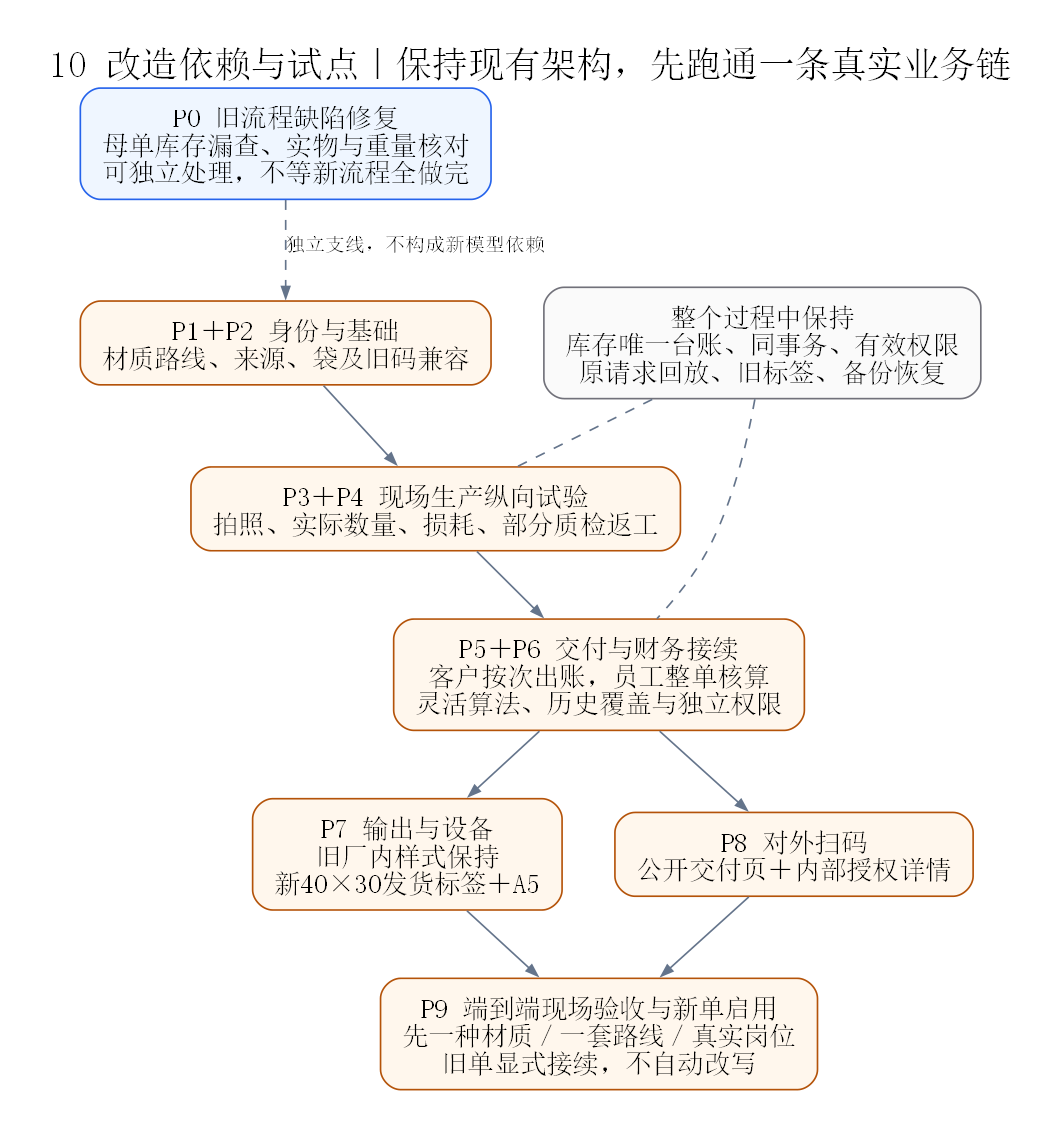
sxliuchen-hash/zhubao-ERP keeps this Graphviz diagram as docs/diagrams/system-review/10-implementation-roadmap.png. Above is the earlier version. Its source is kept beside it as docs/diagrams/system-review/10-implementation-roadmap.dot.
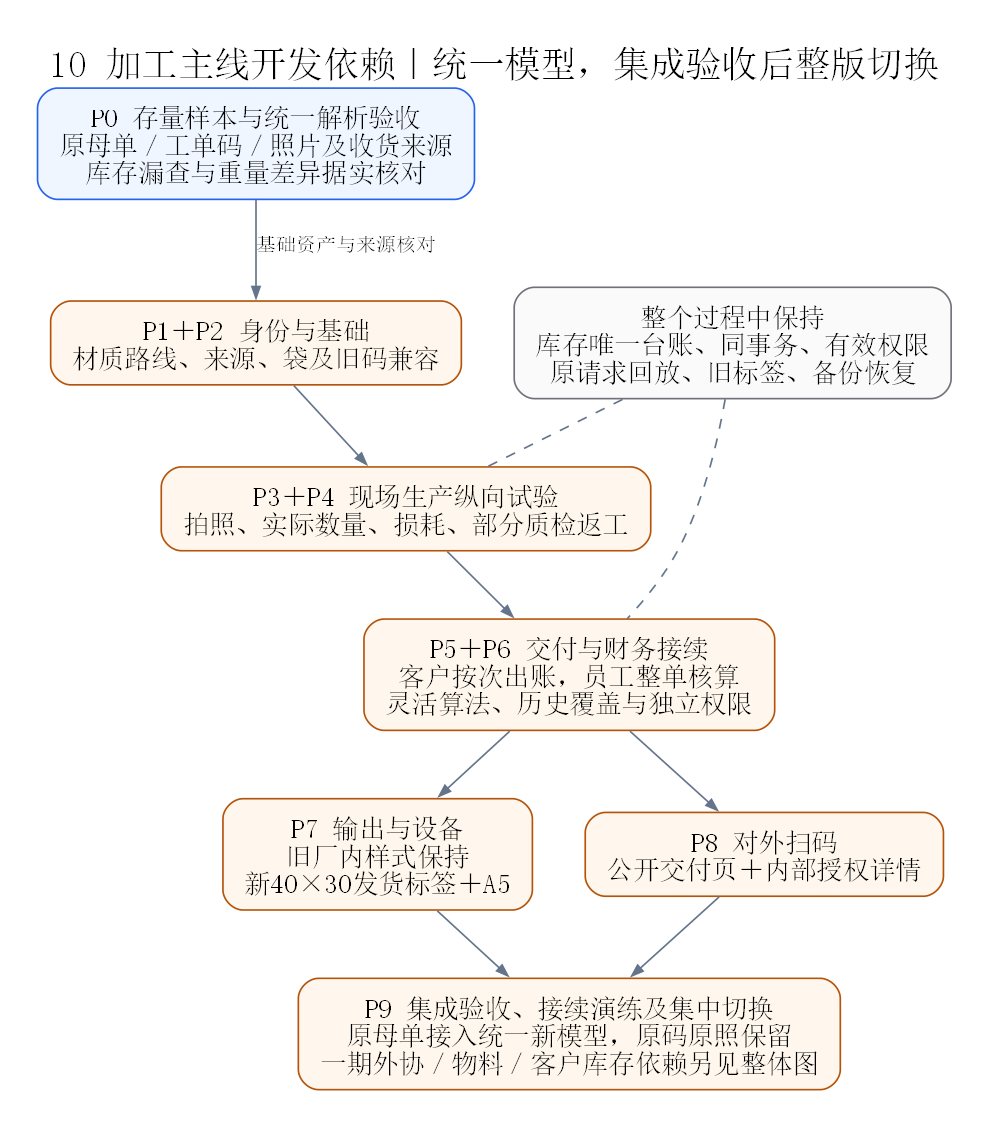
After the commit.

Diff of the diagram source:
```diff
@@ -1,16 +1,16 @@
 digraph G {
-  graph [fontname="SimSun",fontsize=22,label="10 改造依赖与试点｜保持现有架构，先跑通一条真实业务链",labelloc=t,rankdir=TB,bgcolor="white",pad="0.3",nodesep="0.45",ranksep="0.55"];
+  graph [fontname="SimSun",fontsize=22,label="10 加工主线开发依赖｜统一模型，集成验收后整版切换",labelloc=t,rankdir=TB,bgcolor="white",pad="0.3",nodesep="0.45",ranksep="0.55"];
   node [fontname="SimSun",fontsize=16,shape=box,style="rounded,filled",color="#b45309",fillcolor="#fff7ed",margin="0.18,0.12"];
   edge [fontname="SimSun",fontsize=12,color="#64748b",arrowsize=0.7];
-  p0 [label="P0 旧流程缺陷修复\n母单库存漏查、实物与重量核对\n可独立处理，不等新流程全做完",color="#2563eb",fillcolor="#eff6ff"];
+  p0 [label="P0 存量样本与统一解析验收\n原母单／工单码／照片及收货来源\n库存漏查与重量差异据实核对",color="#2563eb",fillcolor="#eff6ff"];
   p12 [label="P1＋P2 身份与基础\n材质路线、来源、袋及旧码兼容"];
   p34 [label="P3＋P4 现场生产纵向试验\n拍照、实际数量、损耗、部分质检返工"];
   p56 [label="P5＋P6 交付与财务接续\n客户按次出账，员工整单核算\n灵活算法、历史覆盖与独立权限"];
   p7 [label="P7 输出与设备\n旧厂内样式保持\n新40×30发货标签＋A5"];
   p8 [label="P8 对外扫码\n公开交付页＋内部授权详情"];
-  p9 [label="P9 端到端现场验收与新单启用\n先一种材质／一套路线／真实岗位\n旧单显式接续，不自动改写"];
+  p9 [label="P9 集成验收、接续演练及集中切换\n原母单接入统一新模型，原码原照保留\n一期外协／物料／客户库存依赖另见整体图"];
   retain [label="整个过程中保持\n库存唯一台账、同事务、有效权限\n原请求回放、旧标签、备份恢复",color="#71717a",fillcolor="#fafafa"];
-  p0 -> p12 [style=dashed,label="独立支线，不构成新模型依赖"];
+  p0 -> p12 [label="基础资产与来源核对"];
   p12 -> p34; p34 -> p56;
   p56 -> p7; p56 -> p8;
   p7 -> p9; p8 -> p9;
```
